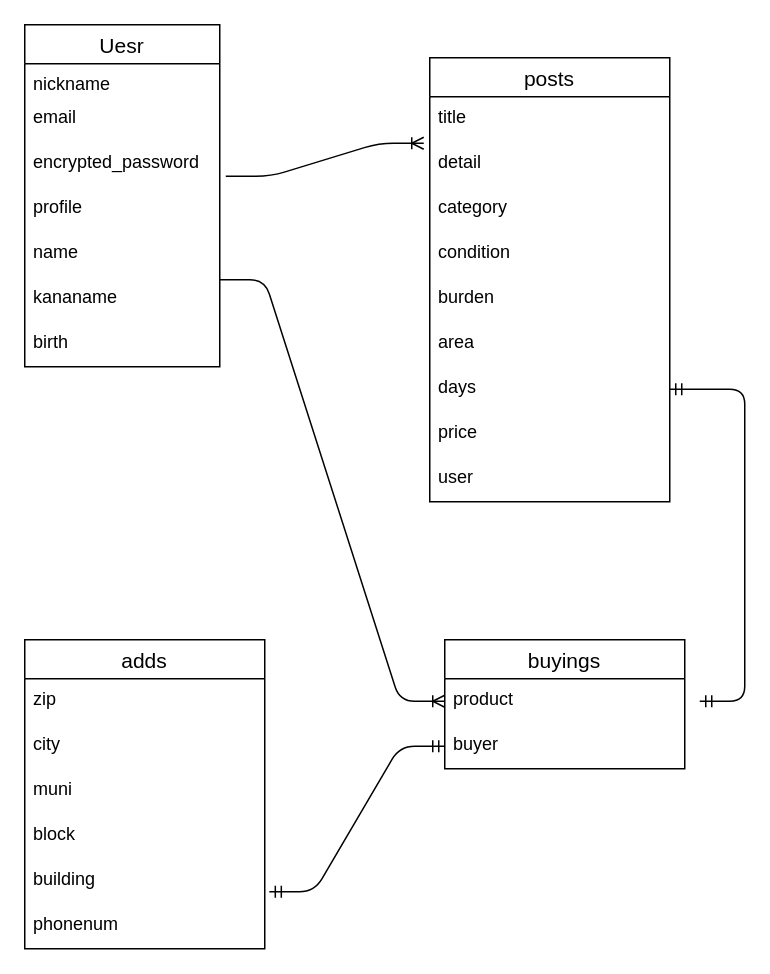
Before: ER.dio in Kohei1204/furima-34284, a draw.io diagram. Source tidied: cells renumbered, new cells numbered last; positions are measured from the earlier drawing's top-left corner, leaving out a move shared by most shapes. Both pictures are drawn from the tidied source at 150%, with x=0, y=0 at pixel (24, 24).
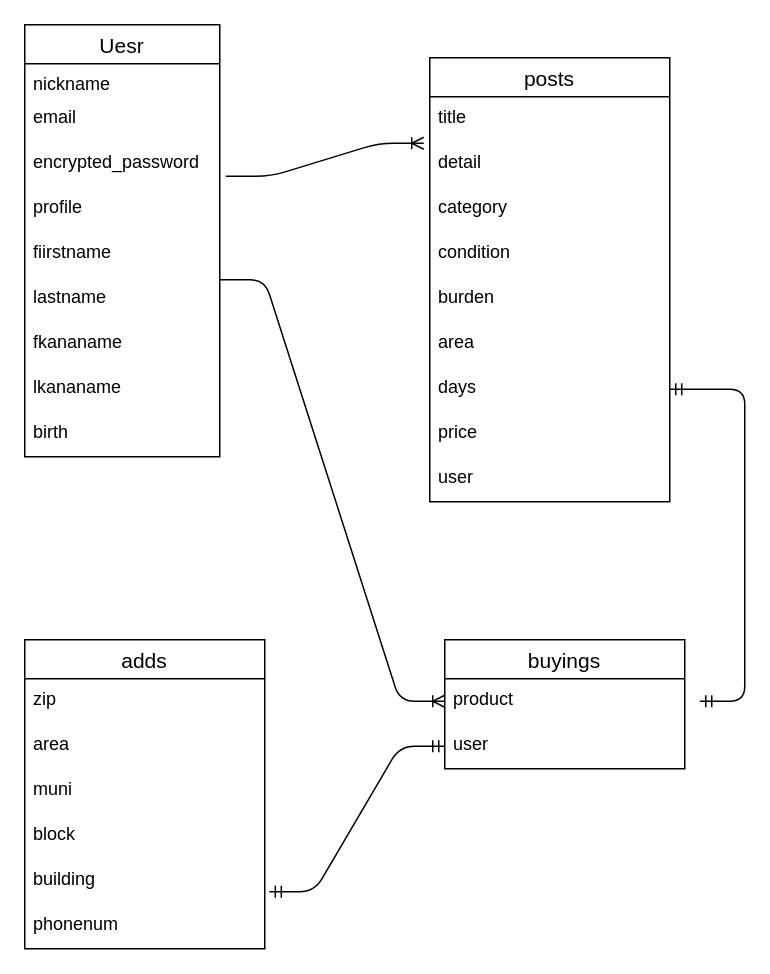
The same diagram, later.

Commit message (it also covers changes not shown here):
テーブル設計の編集

The change refers to these unchanged cells:
```xml
<mxCell id="10" value="adds" style="swimlane;fontStyle=0;horizontal=1;startSize=26;align=center;fontSize=14;" parent="1" vertex="1">
  <mxGeometry y="410" width="160" height="206" as="geometry" />
</mxCell>
<mxCell id="28" value="buyings" style="swimlane;fontStyle=0;horizontal=1;startSize=26;align=center;fontSize=14;" parent="1" vertex="1">
  <mxGeometry x="280" y="410" width="160" height="86" as="geometry" />
</mxCell>
```

Change to the diagram source:
```diff
@@
     <mxCell id="2" value="Uesr" style="swimlane;fontStyle=0;horizontal=1;startSize=26;align=center;fontSize=14;" parent="1" vertex="1">
-      <mxGeometry width="130" height="228" as="geometry" />
+      <mxGeometry width="130" height="288" as="geometry" />
     </mxCell>
@@
-    <mxCell id="7" value="name" style="text;strokeColor=none;fillColor=none;spacingLeft=4;spacingRight=4;overflow=hidden;fontSize=12;align=left;verticalAlign=top;" parent="2" vertex="1">
+    <mxCell id="7" value="fiirstname" style="text;strokeColor=none;fillColor=none;spacingLeft=4;spacingRight=4;overflow=hidden;fontSize=12;align=left;verticalAlign=top;" parent="2" vertex="1">
       <mxGeometry y="138" width="130" height="30" as="geometry" />
     </mxCell>
+    <mxCell id="34" value="lastname" style="text;strokeColor=none;fillColor=none;spacingLeft=4;spacingRight=4;overflow=hidden;fontSize=12;align=left;verticalAlign=top;" parent="2" vertex="1">
+      <mxGeometry y="168" width="130" height="30" as="geometry" />
+    </mxCell>
-    <mxCell id="8" value="kananame" style="text;strokeColor=none;fillColor=none;spacingLeft=4;spacingRight=4;overflow=hidden;fontSize=12;align=left;verticalAlign=top;" parent="2" vertex="1">
-      <mxGeometry y="168" width="130" height="30" as="geometry" />
+    <mxCell id="8" value="fkananame" style="text;strokeColor=none;fillColor=none;spacingLeft=4;spacingRight=4;overflow=hidden;fontSize=12;align=left;verticalAlign=top;" parent="2" vertex="1">
+      <mxGeometry y="198" width="130" height="30" as="geometry" />
     </mxCell>
+    <mxCell id="35" value="lkananame" style="text;strokeColor=none;fillColor=none;spacingLeft=4;spacingRight=4;overflow=hidden;fontSize=12;align=left;verticalAlign=top;" parent="2" vertex="1">
+      <mxGeometry y="228" width="130" height="30" as="geometry" />
+    </mxCell>
     <mxCell id="9" value="birth" style="text;strokeColor=none;fillColor=none;spacingLeft=4;spacingRight=4;overflow=hidden;fontSize=12;align=left;verticalAlign=top;" parent="2" vertex="1">
-      <mxGeometry y="198" width="130" height="30" as="geometry" />
+      <mxGeometry y="258" width="130" height="30" as="geometry" />
     </mxCell>
@@
-    <mxCell id="12" value="city" style="text;strokeColor=none;fillColor=none;spacingLeft=4;spacingRight=4;overflow=hidden;fontSize=12;" parent="10" vertex="1">
+    <mxCell id="12" value="area" style="text;strokeColor=none;fillColor=none;spacingLeft=4;spacingRight=4;overflow=hidden;fontSize=12;" parent="10" vertex="1">
       <mxGeometry y="56" width="160" height="30" as="geometry" />
     </mxCell>
@@
-    <mxCell id="30" value="buyer" style="text;strokeColor=none;fillColor=none;spacingLeft=4;spacingRight=4;overflow=hidden;points=[[0,0.5],[1,0.5]];portConstraint=eastwest;fontSize=12;" parent="28" vertex="1">
+    <mxCell id="30" value="user" style="text;strokeColor=none;fillColor=none;spacingLeft=4;spacingRight=4;overflow=hidden;points=[[0,0.5],[1,0.5]];portConstraint=eastwest;fontSize=12;" parent="28" vertex="1">
       <mxGeometry y="56" width="160" height="30" as="geometry" />
     </mxCell>
```
